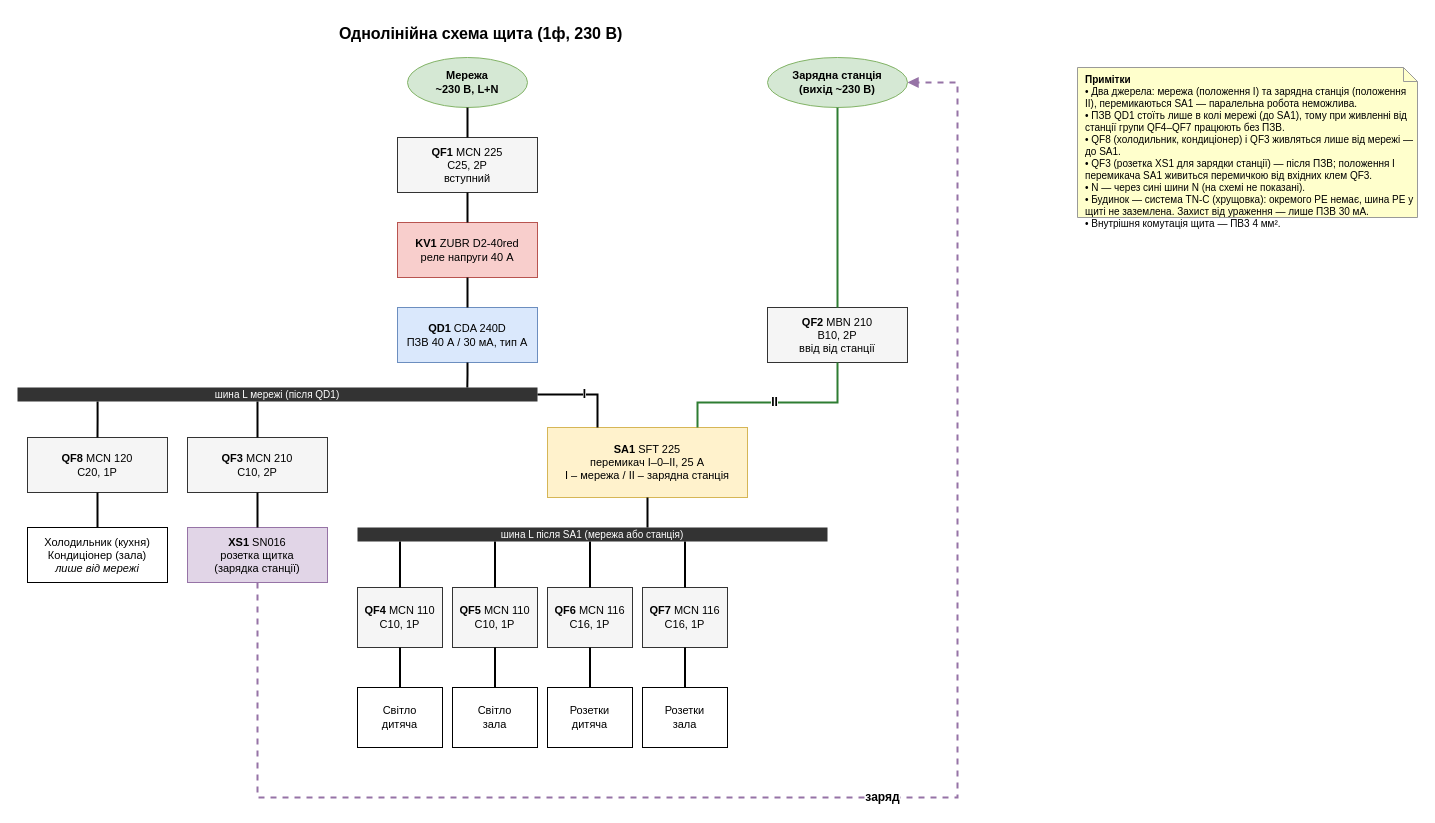
Earlier version of the draw.io diagram page "Однолінійна схема" (1 of 3) of electrical-panel/shchyt.drawio (bagbkaf1n/Claude). Source tidied: cells renumbered, new cells numbered last; positions are measured from the earlier drawing's top-left corner, leaving out a move shared by most shapes. Both pictures are drawn from the tidied source at 100%, with x=0, y=0 at pixel (17, 17).
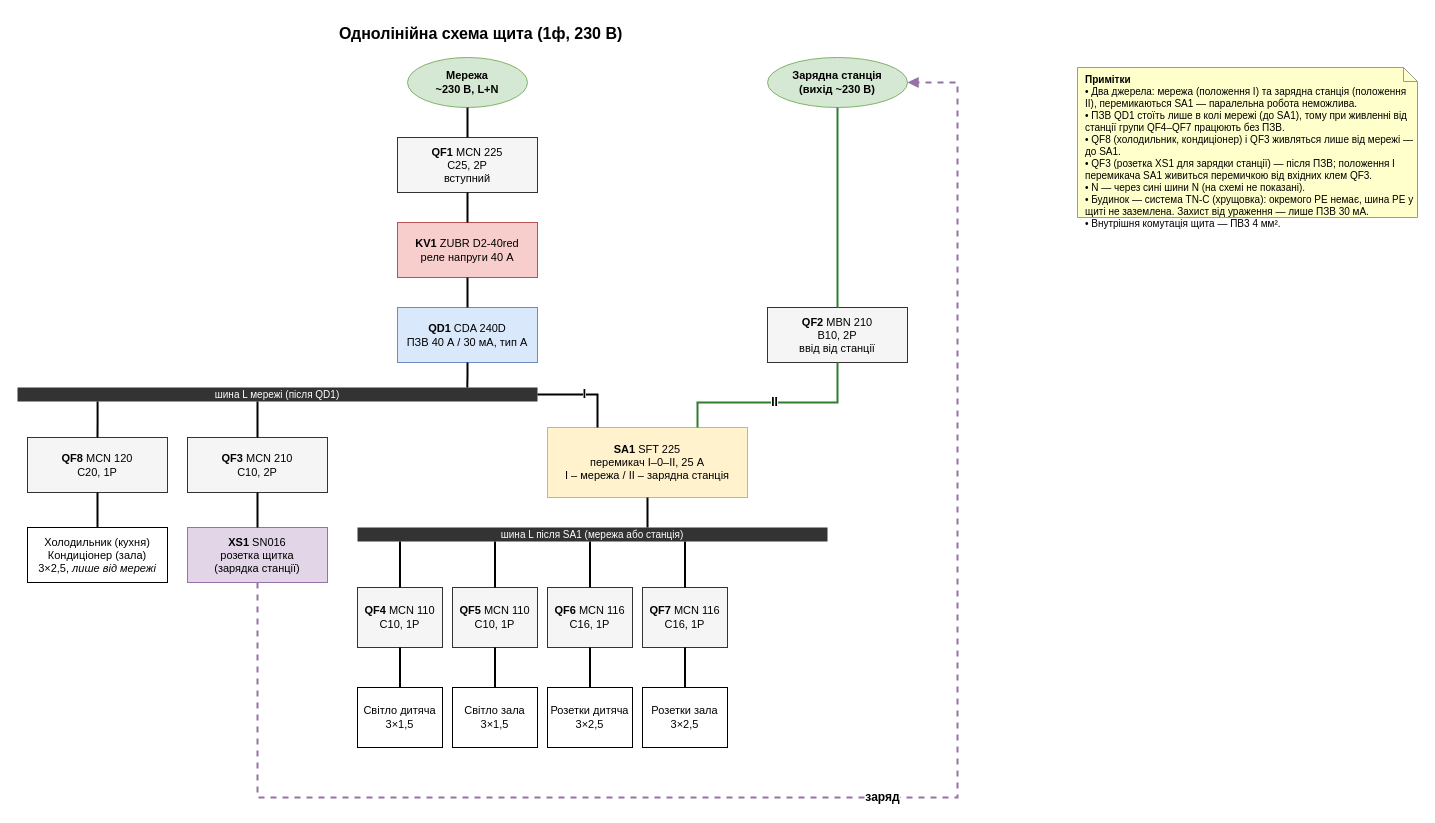
Above is the later version.

Diff of the diagram source:
```diff
@@
-    <mxCell id="25" value="Холодильник (кухня)&lt;br&gt;Кондиціонер (зала)&lt;br&gt;&lt;i&gt;лише від мережі&lt;/i&gt;" style="rounded=0;whiteSpace=wrap;html=1;fontSize=11;fontColor=#000000;fillColor=none;" parent="1" vertex="1">
+    <mxCell id="25" value="Холодильник (кухня)&lt;br&gt;Кондиціонер (зала)&lt;br&gt;3×2,5, &lt;i&gt;лише від мережі&lt;/i&gt;" style="rounded=0;whiteSpace=wrap;html=1;fontSize=11;fontColor=#000000;fillColor=none;" parent="1" vertex="1">
       <mxGeometry x="10" y="510" width="140" height="55" as="geometry" />
     </mxCell>
@@
-    <mxCell id="31" value="Світло&lt;br&gt;дитяча" style="rounded=0;whiteSpace=wrap;html=1;fontSize=11;fontColor=#000000;fillColor=none;" parent="1" vertex="1">
+    <mxCell id="31" value="Світло дитяча&lt;br&gt;3×1,5" style="rounded=0;whiteSpace=wrap;html=1;fontSize=11;fontColor=#000000;fillColor=none;" parent="1" vertex="1">
       <mxGeometry x="340" y="670" width="85" height="60" as="geometry" />
     </mxCell>
@@
-    <mxCell id="35" value="Світло&lt;br&gt;зала" style="rounded=0;whiteSpace=wrap;html=1;fontSize=11;fontColor=#000000;fillColor=none;" parent="1" vertex="1">
+    <mxCell id="35" value="Світло зала&lt;br&gt;3×1,5" style="rounded=0;whiteSpace=wrap;html=1;fontSize=11;fontColor=#000000;fillColor=none;" parent="1" vertex="1">
       <mxGeometry x="435" y="670" width="85" height="60" as="geometry" />
     </mxCell>
@@
-    <mxCell id="39" value="Розетки&lt;br&gt;дитяча" style="rounded=0;whiteSpace=wrap;html=1;fontSize=11;fontColor=#000000;fillColor=none;" parent="1" vertex="1">
+    <mxCell id="39" value="Розетки дитяча&lt;br&gt;3×2,5" style="rounded=0;whiteSpace=wrap;html=1;fontSize=11;fontColor=#000000;fillColor=none;" parent="1" vertex="1">
       <mxGeometry x="530" y="670" width="85" height="60" as="geometry" />
     </mxCell>
@@
-    <mxCell id="43" value="Розетки&lt;br&gt;зала" style="rounded=0;whiteSpace=wrap;html=1;fontSize=11;fontColor=#000000;fillColor=none;" parent="1" vertex="1">
+    <mxCell id="43" value="Розетки зала&lt;br&gt;3×2,5" style="rounded=0;whiteSpace=wrap;html=1;fontSize=11;fontColor=#000000;fillColor=none;" parent="1" vertex="1">
       <mxGeometry x="625" y="670" width="85" height="60" as="geometry" />
     </mxCell>
```
